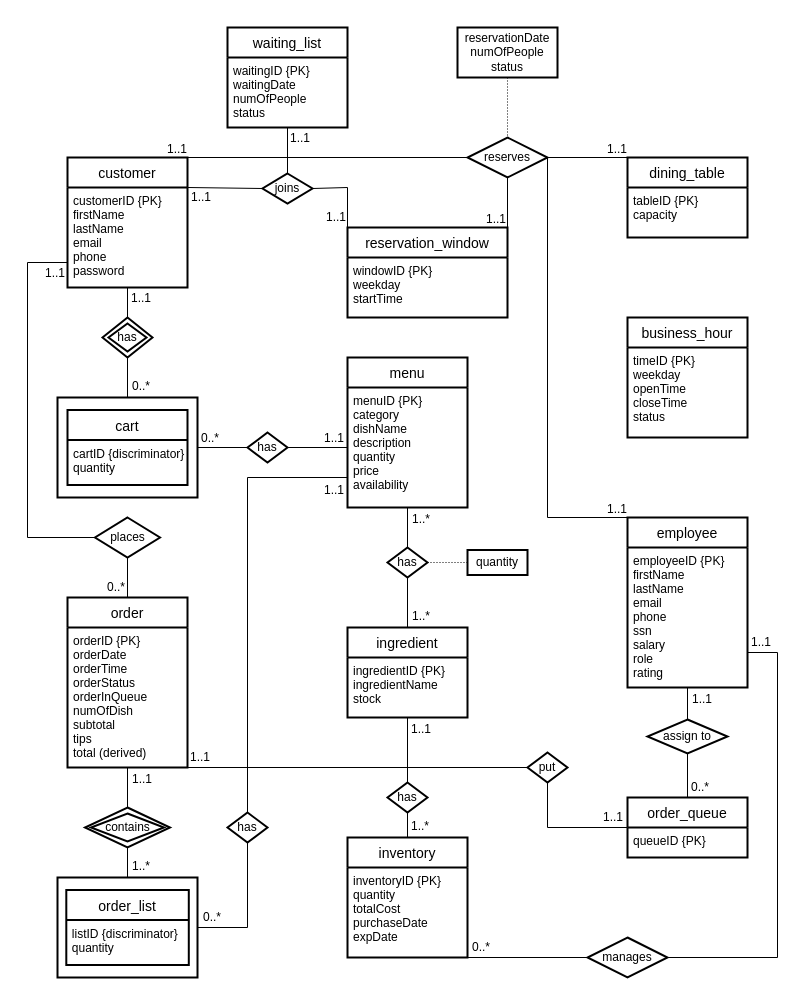
This is restaurant_ERD.drawio from xbwkkwz/ds5110_project_restaurant, a draw.io file, before an edit. Source tidied: cells renumbered, new cells numbered last; positions are measured from the earlier drawing's top-left corner, leaving out a move shared by most shapes. Both pictures are drawn from the tidied source at 100%, with x=0, y=0 at pixel (27, 27).
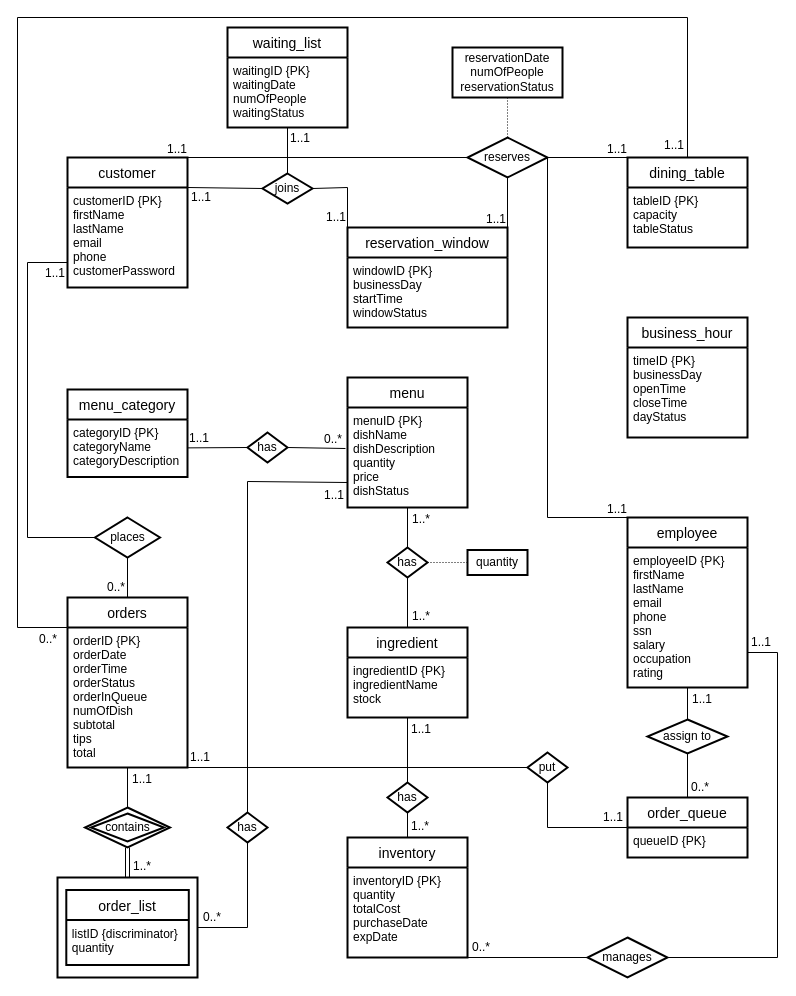
The same diagram, later.

The change refers to these unchanged cells:
```xml
<mxCell id="3" style="rounded=0;whiteSpace=wrap;html=1;strokeWidth=2;fillColor=none;" parent="2" vertex="1">
  <mxGeometry width="140" height="100" as="geometry" />
</mxCell>
<mxCell id="6" value="customer" style="swimlane;horizontal=1;startSize=30;rounded=0;fontSize=14;fontStyle=0;strokeWidth=2;shadow=0;dashed=0;align=center;" parent="1" vertex="1">
  <mxGeometry x="40" y="130" width="120" height="130" as="geometry" />
</mxCell>
<mxCell id="8" value="business_hour" style="swimlane;horizontal=1;startSize=30;rounded=0;fontSize=14;fontStyle=0;strokeWidth=2;shadow=0;dashed=0;align=center;" parent="1" vertex="1">
  <mxGeometry x="600" y="290" width="120" height="120" as="geometry" />
</mxCell>
<mxCell id="10" value="employee" style="swimlane;horizontal=1;startSize=30;rounded=0;fontSize=14;fontStyle=0;strokeWidth=2;shadow=0;dashed=0;align=center;" parent="1" vertex="1">
  <mxGeometry x="600" y="490" width="120" height="170" as="geometry" />
</mxCell>
<mxCell id="16" value="waiting_list" style="swimlane;horizontal=1;startSize=30;rounded=0;fontSize=14;fontStyle=0;strokeWidth=2;shadow=0;dashed=0;align=center;" parent="1" vertex="1">
  <mxGeometry x="200" width="120" height="100" as="geometry" />
</mxCell>
<mxCell id="40" value="has" style="shape=rhombus;perimeter=rhombusPerimeter;whiteSpace=wrap;html=1;align=center;rounded=0;strokeWidth=2;fillColor=none;" parent="1" vertex="1">
  <mxGeometry x="220" y="405" width="40" height="30" as="geometry" />
</mxCell>
<mxCell id="48" value="contains" style="shape=rhombus;double=1;perimeter=rhombusPerimeter;whiteSpace=wrap;html=1;align=center;rounded=0;strokeWidth=2;fillColor=none;" parent="1" vertex="1">
  <mxGeometry x="57.5" y="780" width="85" height="40" as="geometry" />
</mxCell>
<mxCell id="55" value="has" style="shape=rhombus;perimeter=rhombusPerimeter;whiteSpace=wrap;html=1;align=center;rounded=0;strokeWidth=2;fillColor=none;" parent="1" vertex="1">
  <mxGeometry x="200" y="785" width="40" height="30" as="geometry" />
</mxCell>
```

Diff of the diagram source:
```diff
@@
-    <mxCell id="7" value="customerID {PK}&#10;firstName&#10;lastName&#10;email&#10;phone&#10;password" style="align=left;strokeColor=none;fillColor=none;spacingLeft=4;fontSize=12;verticalAlign=top;" parent="6" vertex="1">
+    <mxCell id="7" value="customerID {PK}&#10;firstName&#10;lastName&#10;email&#10;phone&#10;customerPassword" style="align=left;strokeColor=none;fillColor=none;spacingLeft=4;fontSize=12;verticalAlign=top;" parent="6" vertex="1">
       <mxGeometry y="30" width="120" height="100" as="geometry" />
     </mxCell>
@@
-    <mxCell id="9" value="timeID {PK}&#10;weekday&#10;openTime&#10;closeTime&#10;status" style="align=left;strokeColor=none;fillColor=none;spacingLeft=4;fontSize=12;verticalAlign=top;rounded=0;" parent="8" vertex="1">
+    <mxCell id="9" value="timeID {PK}&#10;businessDay&#10;openTime&#10;closeTime&#10;dayStatus" style="align=left;strokeColor=none;fillColor=none;spacingLeft=4;fontSize=12;verticalAlign=top;rounded=0;" parent="8" vertex="1">
       <mxGeometry y="30" width="120" height="90" as="geometry" />
     </mxCell>
@@
-    <mxCell id="11" value="employeeID {PK}&#10;firstName&#10;lastName&#10;email&#10;phone&#10;ssn&#10;salary&#10;role&#10;rating" style="align=left;strokeColor=none;fillColor=none;spacingLeft=4;fontSize=12;verticalAlign=top;rounded=0;" parent="10" vertex="1">
+    <mxCell id="11" value="employeeID {PK}&#10;firstName&#10;lastName&#10;email&#10;phone&#10;ssn&#10;salary&#10;occupation&#10;rating" style="align=left;strokeColor=none;fillColor=none;spacingLeft=4;fontSize=12;verticalAlign=top;rounded=0;" parent="10" vertex="1">
       <mxGeometry y="30" width="120" height="140" as="geometry" />
     </mxCell>
     <mxCell id="12" value="dining_table" style="swimlane;horizontal=1;startSize=30;rounded=0;fontSize=14;fontStyle=0;strokeWidth=2;shadow=0;dashed=0;align=center;" parent="1" vertex="1">
-      <mxGeometry x="600" y="130" width="120" height="80" as="geometry" />
+      <mxGeometry x="600" y="130" width="120" height="90" as="geometry" />
     </mxCell>
-    <mxCell id="13" value="tableID {PK}&#10;capacity" style="align=left;strokeColor=none;fillColor=none;spacingLeft=4;fontSize=12;verticalAlign=top;rounded=0;" parent="12" vertex="1">
-      <mxGeometry y="30" width="120" height="50" as="geometry" />
+    <mxCell id="13" value="tableID {PK}&#10;capacity&#10;tableStatus" style="align=left;strokeColor=none;fillColor=none;spacingLeft=4;fontSize=12;verticalAlign=top;rounded=0;" parent="12" vertex="1">
+      <mxGeometry y="30" width="120" height="60" as="geometry" />
     </mxCell>
     <mxCell id="14" value="reservation_window" style="swimlane;horizontal=1;startSize=30;rounded=0;fontSize=14;fontStyle=0;strokeWidth=2;shadow=0;dashed=0;align=center;" parent="1" vertex="1">
-      <mxGeometry x="320" y="200" width="160" height="90" as="geometry" />
+      <mxGeometry x="320" y="200" width="160" height="100" as="geometry" />
     </mxCell>
-    <mxCell id="15" value="windowID {PK}&#10;weekday&#10;startTime" style="align=left;strokeColor=none;fillColor=none;spacingLeft=4;fontSize=12;verticalAlign=top;rounded=0;" parent="14" vertex="1">
-      <mxGeometry y="30" width="160" height="60" as="geometry" />
+    <mxCell id="15" value="windowID {PK}&#10;businessDay&#10;startTime&#10;windowStatus" style="align=left;strokeColor=none;fillColor=none;spacingLeft=4;fontSize=12;verticalAlign=top;rounded=0;" parent="14" vertex="1">
+      <mxGeometry y="30" width="160" height="70" as="geometry" />
     </mxCell>
@@
-    <mxCell id="17" value="waitingID {PK}&#10;waitingDate&#10;numOfPeople&#10;status" style="align=left;strokeColor=none;fillColor=none;spacingLeft=4;fontSize=12;verticalAlign=top;rounded=0;" parent="16" vertex="1">
+    <mxCell id="17" value="waitingID {PK}&#10;waitingDate&#10;numOfPeople&#10;waitingStatus" style="align=left;strokeColor=none;fillColor=none;spacingLeft=4;fontSize=12;verticalAlign=top;rounded=0;" parent="16" vertex="1">
       <mxGeometry y="30" width="120" height="70" as="geometry" />
     </mxCell>
-    <mxCell id="18" style="group;" parent="1" vertex="1">
-      <mxGeometry x="30" y="370" width="140" height="100" as="geometry" />
-    </mxCell>
-    <mxCell id="19" style="rounded=0;whiteSpace=wrap;html=1;fillColor=none;strokeWidth=2;" parent="18" vertex="1">
-      <mxGeometry width="140" height="100" as="geometry" />
-    </mxCell>
-    <mxCell id="20" value="cart" style="swimlane;horizontal=1;startSize=30;rounded=0;fontSize=14;fontStyle=0;strokeWidth=2;shadow=0;align=center;" parent="18" vertex="1">
-      <mxGeometry x="10" y="12.5" width="120" height="75" as="geometry" />
-    </mxCell>
-    <mxCell id="21" value="cartID {discriminator}&#10;quantity" style="align=left;strokeColor=none;fillColor=none;spacingLeft=4;fontSize=12;verticalAlign=top;rounded=0;fontStyle=0;" parent="20" vertex="1">
-      <mxGeometry y="30" width="120" height="45" as="geometry" />
-    </mxCell>
-    <mxCell id="22" value="order" style="swimlane;horizontal=1;startSize=30;rounded=0;fontSize=14;fontStyle=0;strokeWidth=2;shadow=0;dashed=0;align=center;fillColor=none;html=0;" parent="1" vertex="1">
+    <mxCell id="22" value="orders" style="swimlane;horizontal=1;startSize=30;rounded=0;fontSize=14;fontStyle=0;strokeWidth=2;shadow=0;dashed=0;align=center;fillColor=none;html=0;" parent="1" vertex="1">
       <mxGeometry x="40" y="570" width="120" height="170" as="geometry" />
     </mxCell>
-    <mxCell id="23" value="orderID {PK}&#10;orderDate&#10;orderTime&#10;orderStatus&#10;orderInQueue&#10;numOfDish&#10;subtotal&#10;tips&#10;total (derived)" style="align=left;strokeColor=none;fillColor=none;spacingLeft=4;fontSize=12;verticalAlign=top;rounded=0;strokeWidth=2;html=0;" parent="22" vertex="1">
+    <mxCell id="23" value="orderID {PK}&#10;orderDate&#10;orderTime&#10;orderStatus&#10;orderInQueue&#10;numOfDish&#10;subtotal&#10;tips&#10;total" style="align=left;strokeColor=none;fillColor=none;spacingLeft=4;fontSize=12;verticalAlign=top;rounded=0;strokeWidth=2;html=0;" parent="22" vertex="1">
       <mxGeometry y="30" width="120" height="140" as="geometry" />
     </mxCell>
@@
     <mxCell id="26" value="menu" style="swimlane;horizontal=1;startSize=30;rounded=0;fontSize=14;fontStyle=0;strokeWidth=2;shadow=0;dashed=0;align=center;fillColor=none;html=0;" parent="1" vertex="1">
-      <mxGeometry x="320" y="330" width="120" height="150" as="geometry" />
+      <mxGeometry x="320" y="350" width="120" height="130" as="geometry" />
     </mxCell>
-    <mxCell id="27" value="menuID {PK}&#10;category&#10;dishName&#10;description&#10;quantity&#10;price&#10;availability" style="align=left;strokeColor=none;fillColor=none;spacingLeft=4;fontSize=12;verticalAlign=top;rounded=0;strokeWidth=2;html=0;" parent="26" vertex="1">
-      <mxGeometry y="30" width="120" height="120" as="geometry" />
+    <mxCell id="27" value="menuID {PK}&#10;dishName&#10;dishDescription&#10;quantity&#10;price&#10;dishStatus" style="align=left;strokeColor=none;fillColor=none;spacingLeft=4;fontSize=12;verticalAlign=top;rounded=0;strokeWidth=2;html=0;" parent="26" vertex="1">
+      <mxGeometry y="30" width="120" height="100" as="geometry" />
     </mxCell>
@@
-    <mxCell id="33" style="endArrow=none;html=1;rounded=0;exitX=0.5;exitY=0;exitDx=0;exitDy=0;entryX=0.5;entryY=1;entryDx=0;entryDy=0;" parent="1" edge="1" source="47" target="7">
-      <mxGeometry relative="1" as="geometry" />
-    </mxCell>
-    <mxCell id="34" value="1..1" style="html=1;align=right;verticalAlign=bottom;rounded=0;strokeWidth=2;fillColor=none;" parent="33" vertex="1">
-      <mxGeometry x="1" relative="1" as="geometry">
-        <mxPoint x="24" y="19" as="offset" />
-      </mxGeometry>
-    </mxCell>
-    <mxCell id="35" style="endArrow=none;html=1;rounded=0;exitX=0.5;exitY=1;exitDx=0;exitDy=0;entryX=0.5;entryY=0;entryDx=0;entryDy=0;" parent="1" edge="1" source="47" target="19">
-      <mxGeometry relative="1" as="geometry" />
-    </mxCell>
-    <mxCell id="36" value="0..*" style="html=1;align=right;verticalAlign=bottom;rounded=0;strokeWidth=2;fillColor=none;" parent="35" vertex="1">
-      <mxGeometry x="1" relative="1" as="geometry">
-        <mxPoint x="23" y="-3" as="offset" />
-      </mxGeometry>
-    </mxCell>
@@
-    <mxCell id="41" style="endArrow=none;html=1;rounded=0;exitX=1;exitY=0.5;exitDx=0;exitDy=0;" parent="1" edge="1" source="40" target="27">
+    <mxCell id="41" style="endArrow=none;html=1;rounded=0;exitX=1;exitY=0.5;exitDx=0;exitDy=0;entryX=-0.017;entryY=0.41;entryDx=0;entryDy=0;entryPerimeter=0;" parent="1" edge="1" source="40" target="27">
       <mxGeometry relative="1" as="geometry" />
     </mxCell>
-    <mxCell id="42" value="1..1" style="html=1;align=right;verticalAlign=bottom;rounded=0;strokeWidth=2;fillColor=none;" parent="41" vertex="1">
+    <mxCell id="42" value="0..*" style="html=1;align=right;verticalAlign=bottom;rounded=0;strokeWidth=2;fillColor=none;" parent="41" vertex="1">
       <mxGeometry x="1" relative="1" as="geometry">
         <mxPoint x="-3" y="-1" as="offset" />
       </mxGeometry>
     </mxCell>
-    <mxCell id="43" style="endArrow=none;html=1;rounded=0;exitX=0;exitY=0.5;exitDx=0;exitDy=0;entryX=1;entryY=0.5;entryDx=0;entryDy=0;" parent="1" edge="1" source="40" target="19">
+    <mxCell id="43" style="endArrow=none;html=1;rounded=0;exitX=0;exitY=0.5;exitDx=0;exitDy=0;" parent="1" edge="1" source="40" target="21">
       <mxGeometry relative="1" as="geometry" />
     </mxCell>
-    <mxCell id="44" value="0..*" style="html=1;align=right;verticalAlign=bottom;rounded=0;strokeWidth=2;fillColor=none;" parent="43" vertex="1">
+    <mxCell id="44" value="1..1" style="html=1;align=right;verticalAlign=bottom;rounded=0;strokeWidth=2;fillColor=none;" parent="43" vertex="1">
       <mxGeometry x="1" relative="1" as="geometry">
         <mxPoint x="22" y="-1" as="offset" />
       </mxGeometry>
     </mxCell>
@@
-    <mxCell id="47" value="has" style="shape=rhombus;double=1;perimeter=rhombusPerimeter;whiteSpace=wrap;html=1;align=center;rounded=0;strokeWidth=2;fillColor=none;" parent="1" vertex="1">
-      <mxGeometry x="75" y="290" width="50" height="40" as="geometry" />
-    </mxCell>
@@
-    <mxCell id="51" style="endArrow=none;html=1;rounded=0;exitX=0.5;exitY=1;exitDx=0;exitDy=0;entryX=0.5;entryY=0;entryDx=0;entryDy=0;" parent="1" edge="1" source="48" target="3">
-      <mxGeometry relative="1" as="geometry" />
-    </mxCell>
-    <mxCell id="52" value="1..*" style="html=1;align=right;verticalAlign=bottom;rounded=0;strokeWidth=2;fillColor=none;" parent="51" vertex="1">
-      <mxGeometry x="1" relative="1" as="geometry">
-        <mxPoint x="23" y="-3" as="offset" />
-      </mxGeometry>
-    </mxCell>
     <mxCell id="53" style="endArrow=none;html=1;rounded=0;entryX=0;entryY=0.75;entryDx=0;entryDy=0;exitX=0.5;exitY=0;exitDx=0;exitDy=0;" parent="1" edge="1" source="55" target="27">
       <mxGeometry relative="1" as="geometry">
         <Array as="points">
-          <mxPoint x="220" y="450" />
+          <mxPoint x="220" y="454" />
         </Array>
       </mxGeometry>
     </mxCell>
@@
-    <mxCell id="91" value="reservationDate&lt;br&gt;numOfPeople&lt;br&gt;status" style="whiteSpace=wrap;html=1;align=center;rounded=0;strokeWidth=2;fillColor=none;" parent="1" vertex="1">
-      <mxGeometry x="430" width="100" height="50" as="geometry" />
+    <mxCell id="91" value="reservationDate&lt;br&gt;numOfPeople&lt;br&gt;reservationStatus" style="whiteSpace=wrap;html=1;align=center;rounded=0;strokeWidth=2;fillColor=none;" parent="1" vertex="1">
+      <mxGeometry x="425" y="20" width="110" height="50" as="geometry" />
     </mxCell>
@@
+    <mxCell id="20" value="menu_category" style="swimlane;horizontal=1;startSize=30;rounded=0;fontSize=14;fontStyle=0;strokeWidth=2;shadow=0;align=center;" parent="1" vertex="1">
+      <mxGeometry x="40" y="362" width="120" height="87.5" as="geometry" />
+    </mxCell>
+    <mxCell id="21" value="categoryID {PK}&#10;categoryName&#10;categoryDescription" style="align=left;strokeColor=none;fillColor=none;spacingLeft=4;fontSize=12;verticalAlign=top;rounded=0;fontStyle=0;" parent="20" vertex="1">
+      <mxGeometry y="30" width="120" height="57.5" as="geometry" />
+    </mxCell>
+    <mxCell id="102" style="endArrow=none;html=1;rounded=0;exitX=0;exitY=0.5;exitDx=0;exitDy=0;entryX=0.5;entryY=0;entryDx=0;entryDy=0;" parent="1" edge="1" target="12">
+      <mxGeometry relative="1" as="geometry">
+        <mxPoint x="40" y="600" as="sourcePoint" />
+        <Array as="points">
+          <mxPoint x="-10" y="600" />
+          <mxPoint x="-10" y="-10" />
+          <mxPoint x="660" y="-10" />
+        </Array>
+      </mxGeometry>
+    </mxCell>
+    <mxCell id="34" value="1..1" style="html=1;align=right;verticalAlign=bottom;rounded=0;strokeWidth=2;fillColor=none;" parent="102" vertex="1">
+      <mxGeometry x="1" relative="1" as="geometry">
+        <mxPoint x="-3" y="-4" as="offset" />
+      </mxGeometry>
+    </mxCell>
+    <mxCell id="36" value="0..*" style="html=1;align=right;verticalAlign=bottom;rounded=0;strokeWidth=2;fillColor=none;" parent="1" vertex="1">
+      <mxGeometry x="30" y="620" as="geometry" />
+    </mxCell>
+    <mxCell id="51" style="shape=link;html=1;rounded=0;exitX=0.5;exitY=1;exitDx=0;exitDy=0;entryX=0.5;entryY=0;entryDx=0;entryDy=0;" parent="1" edge="1" source="48" target="3">
+      <mxGeometry relative="1" as="geometry" />
+    </mxCell>
+    <mxCell id="52" value="1..*" style="html=1;align=right;verticalAlign=bottom;" parent="51" vertex="1">
+      <mxGeometry x="1" relative="1" as="geometry">
+        <mxPoint x="24" y="-3" as="offset" />
+      </mxGeometry>
+    </mxCell>
```
